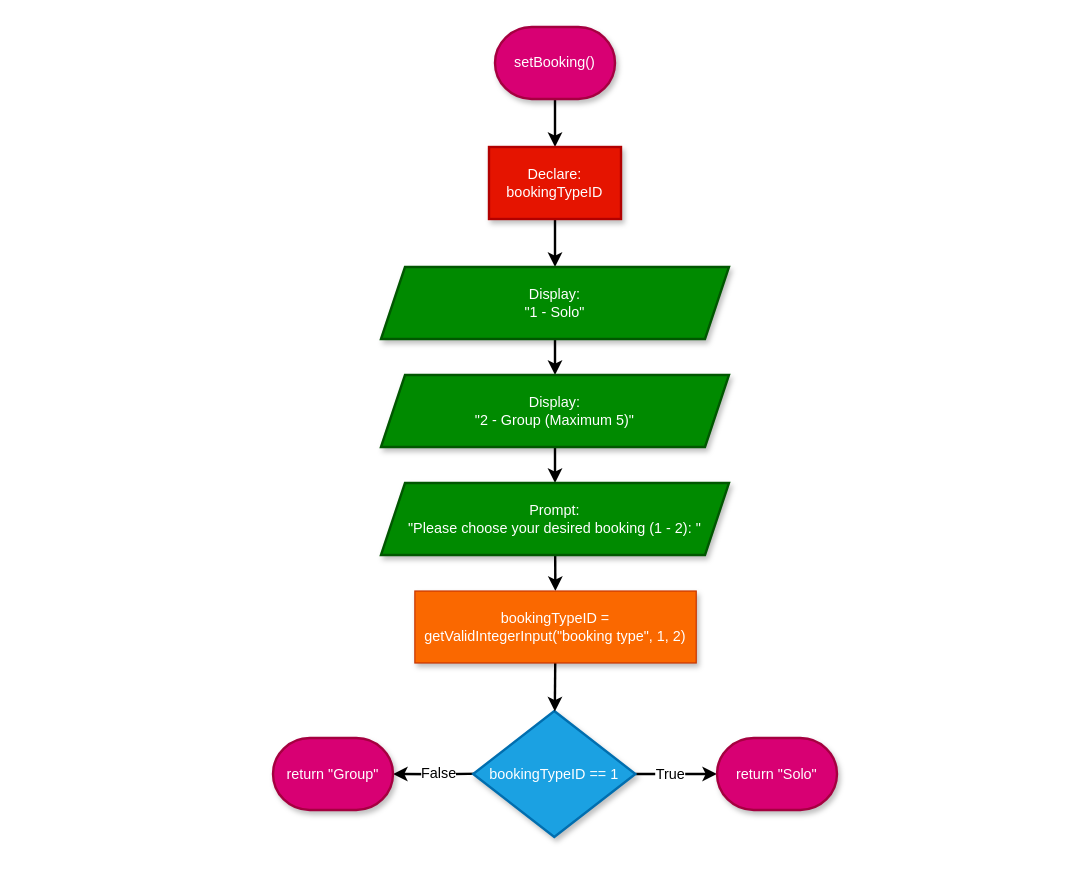
Earlier version of the draw.io diagram Flowcharts (draw.io)/09. getBookingType.drawio (shahxvi/csc126-group-project). Source tidied: cells renumbered, new cells numbered last; positions are measured from the earlier drawing's top-left corner, leaving out a move shared by most shapes. Both pictures are drawn from the tidied source at 120%, with x=0, y=0 at pixel (272, 26).
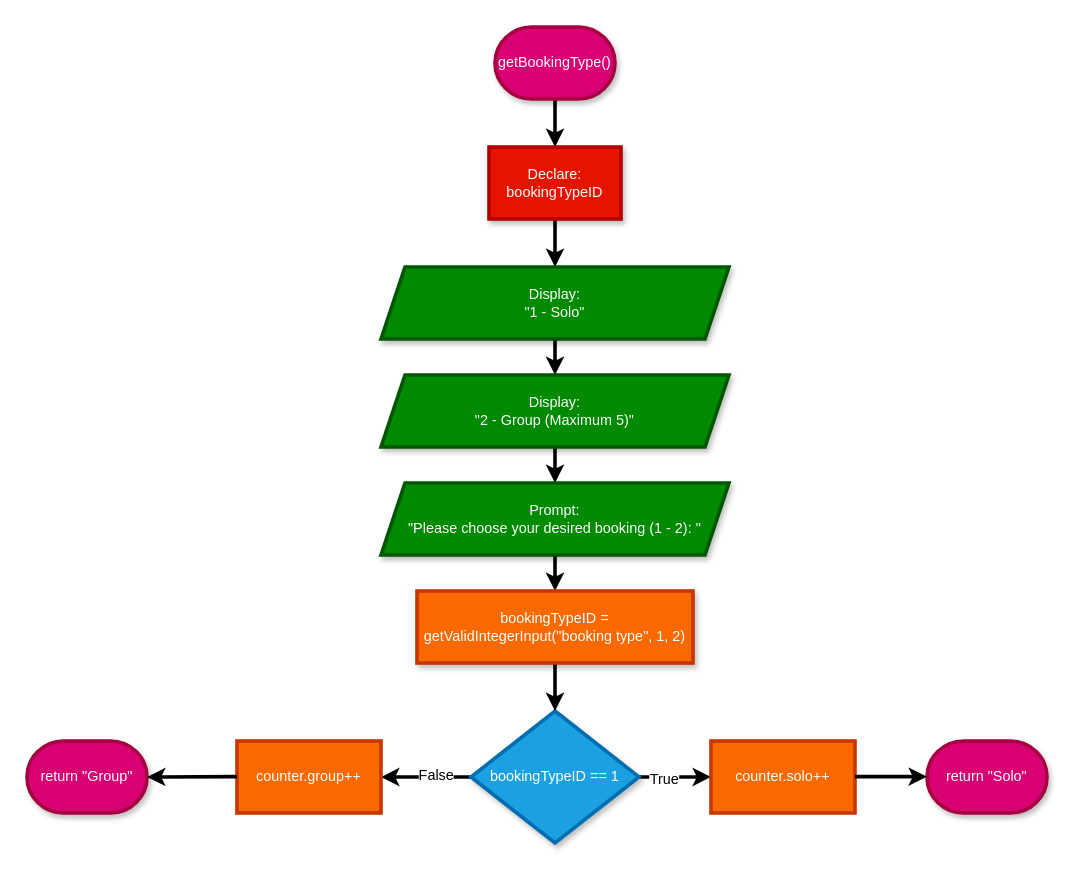
Above is the later version.

Change to the diagram source:
```diff
@@
-    <mxCell id="2" style="edgeStyle=orthogonalEdgeStyle;rounded=0;jettySize=auto;html=1;strokeWidth=2;" parent="1" edge="1" source="3" target="5">
+    <mxCell id="2" style="rounded=0;jettySize=auto;html=1;strokeWidth=3;" parent="1" edge="1" source="3" target="5">
       <mxGeometry relative="1" as="geometry" />
     </mxCell>
-    <mxCell id="3" value="setBooking()" style="strokeWidth=2;html=1;shape=mxgraph.flowchart.terminator;whiteSpace=wrap;fillColor=#d80073;fontColor=#ffffff;strokeColor=#A50040;shadow=1;" parent="1" vertex="1">
+    <mxCell id="3" value="getBookingType()" style="strokeWidth=3;html=1;shape=mxgraph.flowchart.terminator;whiteSpace=wrap;fillColor=#d80073;fontColor=#ffffff;strokeColor=#A50040;shadow=1;" parent="1" vertex="1">
       <mxGeometry x="185" width="100" height="60" as="geometry" />
     </mxCell>
-    <mxCell id="4" style="rounded=0;jettySize=auto;html=1;fontFamily=Helvetica;fontSize=12;fontColor=default;strokeWidth=2;" parent="1" edge="1" source="5" target="7">
+    <mxCell id="4" style="rounded=0;jettySize=auto;html=1;fontFamily=Helvetica;fontSize=12;fontColor=default;strokeWidth=3;" parent="1" edge="1" source="5" target="7">
       <mxGeometry relative="1" as="geometry" />
     </mxCell>
-    <mxCell id="5" value="Declare:&lt;br&gt;bookingTypeID" style="whiteSpace=wrap;html=1;fillColor=#e51400;strokeColor=#B20000;strokeWidth=2;fontColor=#ffffff;shadow=1;" parent="1" vertex="1">
+    <mxCell id="5" value="Declare:&lt;br&gt;bookingTypeID" style="whiteSpace=wrap;html=1;fillColor=#e51400;strokeColor=#B20000;strokeWidth=3;fontColor=#ffffff;shadow=1;" parent="1" vertex="1">
       <mxGeometry x="180" y="100" width="110" height="60" as="geometry" />
     </mxCell>
-    <mxCell id="6" style="edgeStyle=orthogonalEdgeStyle;rounded=0;jettySize=auto;html=1;fontFamily=Helvetica;fontSize=12;fontColor=default;strokeWidth=2;" parent="1" edge="1" source="7" target="9">
+    <mxCell id="6" style="rounded=0;jettySize=auto;html=1;fontFamily=Helvetica;fontSize=12;fontColor=default;strokeWidth=3;" parent="1" edge="1" source="7" target="9">
       <mxGeometry relative="1" as="geometry" />
     </mxCell>
-    <mxCell id="7" value="Display:&lt;br&gt;&quot;1 - Solo&quot;" style="shape=parallelogram;perimeter=parallelogramPerimeter;whiteSpace=wrap;html=1;fixedSize=1;fillColor=#008a00;strokeColor=#005700;strokeWidth=2;fontColor=#ffffff;shadow=1;" parent="1" vertex="1">
+    <mxCell id="7" value="Display:&lt;br&gt;&quot;1 - Solo&quot;" style="shape=parallelogram;perimeter=parallelogramPerimeter;whiteSpace=wrap;html=1;fixedSize=1;fillColor=#008a00;strokeColor=#005700;strokeWidth=3;fontColor=#ffffff;shadow=1;" parent="1" vertex="1">
       <mxGeometry x="90" y="200" width="290" height="60" as="geometry" />
     </mxCell>
-    <mxCell id="8" style="edgeStyle=orthogonalEdgeStyle;rounded=0;jettySize=auto;html=1;fontFamily=Helvetica;fontSize=12;fontColor=default;strokeWidth=2;" parent="1" edge="1" source="9" target="11">
+    <mxCell id="8" style="rounded=0;jettySize=auto;html=1;fontFamily=Helvetica;fontSize=12;fontColor=default;strokeWidth=3;" parent="1" edge="1" source="9" target="11">
       <mxGeometry relative="1" as="geometry" />
     </mxCell>
-    <mxCell id="9" value="Display:&lt;br&gt;&quot;2 - Group (Maximum 5)&quot;" style="shape=parallelogram;perimeter=parallelogramPerimeter;whiteSpace=wrap;html=1;fixedSize=1;fillColor=#008a00;strokeColor=#005700;strokeWidth=2;fontColor=#ffffff;shadow=1;" parent="1" vertex="1">
+    <mxCell id="9" value="Display:&lt;br&gt;&quot;2 - Group (Maximum 5)&quot;" style="shape=parallelogram;perimeter=parallelogramPerimeter;whiteSpace=wrap;html=1;fixedSize=1;fillColor=#008a00;strokeColor=#005700;strokeWidth=3;fontColor=#ffffff;shadow=1;" parent="1" vertex="1">
       <mxGeometry x="90" y="290" width="290" height="60" as="geometry" />
     </mxCell>
-    <mxCell id="10" style="edgeStyle=none;html=1;strokeWidth=2;" parent="1" edge="1" source="11" target="18">
+    <mxCell id="10" style="edgeStyle=none;html=1;strokeWidth=3;" parent="1" edge="1" source="11" target="18">
       <mxGeometry relative="1" as="geometry" />
     </mxCell>
-    <mxCell id="11" value="Prompt:&lt;br&gt;&quot;Please choose your desired booking (1 - 2): &quot;" style="shape=parallelogram;perimeter=parallelogramPerimeter;whiteSpace=wrap;html=1;fixedSize=1;fillColor=#008a00;strokeColor=#005700;strokeWidth=2;fontColor=#ffffff;shadow=1;" parent="1" vertex="1">
+    <mxCell id="11" value="Prompt:&lt;br&gt;&quot;Please choose your desired booking (1 - 2): &quot;" style="shape=parallelogram;perimeter=parallelogramPerimeter;whiteSpace=wrap;html=1;fixedSize=1;fillColor=#008a00;strokeColor=#005700;strokeWidth=3;fontColor=#ffffff;shadow=1;" parent="1" vertex="1">
       <mxGeometry x="90" y="380" width="290" height="60" as="geometry" />
     </mxCell>
-    <mxCell id="12" style="edgeStyle=orthogonalEdgeStyle;rounded=0;jettySize=auto;html=1;fontFamily=Helvetica;fontSize=12;fontColor=default;strokeWidth=2;" parent="1" edge="1" source="16">
+    <mxCell id="12" style="edgeStyle=orthogonalEdgeStyle;rounded=0;jettySize=auto;html=1;fontFamily=Helvetica;fontSize=12;fontColor=default;strokeWidth=3;entryX=0;entryY=0.5;entryDx=0;entryDy=0;entryPerimeter=0;" parent="1" edge="1" source="16">
       <mxGeometry relative="1" as="geometry">
-        <mxPoint x="370" y="622.5" as="targetPoint" />
+        <mxPoint x="365" y="625" as="targetPoint" />
       </mxGeometry>
     </mxCell>
     <mxCell id="13" value="True" style="edgeLabel;html=1;align=center;verticalAlign=middle;strokeColor=#C73500;strokeWidth=2;fontFamily=Helvetica;fontSize=12;fontColor=default;fillColor=#FA6800;" parent="12" vertex="1">
-      <mxGeometry x="-0.47" y="2" relative="1" as="geometry">
-        <mxPoint x="10" y="2" as="offset" />
+      <mxGeometry relative="1" as="geometry">
+        <mxPoint x="-10" y="1" as="offset" />
       </mxGeometry>
     </mxCell>
-    <mxCell id="14" style="edgeStyle=orthogonalEdgeStyle;rounded=0;orthogonalLoop=1;jettySize=auto;html=1;fontFamily=Helvetica;fontSize=12;fontColor=default;entryX=1;entryY=0.5;entryDx=0;entryDy=0;entryPerimeter=0;strokeWidth=2;" parent="1" edge="1">
-      <mxGeometry relative="1" as="geometry">
-        <mxPoint x="175.5" y="622.2" as="sourcePoint" />
-        <mxPoint x="100" y="622.5" as="targetPoint" />
-      </mxGeometry>
+    <mxCell id="14" style="rounded=0;jettySize=auto;html=1;fontFamily=Helvetica;fontSize=12;fontColor=default;strokeWidth=3;exitX=0;exitY=0.5;exitDx=0;exitDy=0;entryX=1;entryY=0.5;entryDx=0;entryDy=0;" parent="1" edge="1" source="16" target="22">
+      <mxGeometry relative="1" as="geometry" />
     </mxCell>
     <mxCell id="15" value="False" style="edgeLabel;html=1;align=center;verticalAlign=middle;strokeColor=#C73500;strokeWidth=2;fontFamily=Helvetica;fontSize=12;fontColor=default;fillColor=#FA6800;" parent="14" vertex="1">
-      <mxGeometry x="0.22" y="1" relative="1" as="geometry">
+      <mxGeometry relative="1" as="geometry">
         <mxPoint x="8" y="-2" as="offset" />
       </mxGeometry>
     </mxCell>
-    <mxCell id="16" value="bookingTypeID == 1" style="rhombus;whiteSpace=wrap;html=1;fillColor=#1ba1e2;strokeColor=#006EAF;fontColor=#ffffff;strokeWidth=2;shadow=1;" parent="1" vertex="1">
-      <mxGeometry x="166.8" y="570" width="135.2" height="105" as="geometry" />
+    <mxCell id="16" value="bookingTypeID == 1" style="rhombus;whiteSpace=wrap;html=1;fillColor=#1ba1e2;strokeColor=#006EAF;fontColor=#ffffff;strokeWidth=3;shadow=1;" parent="1" vertex="1">
+      <mxGeometry x="165" y="570" width="140" height="110" as="geometry" />
     </mxCell>
-    <mxCell id="17" style="edgeStyle=none;html=1;strokeWidth=2;" parent="1" edge="1" source="18" target="16">
+    <mxCell id="17" style="edgeStyle=none;html=1;strokeWidth=3;" parent="1" edge="1" source="18" target="16">
       <mxGeometry relative="1" as="geometry" />
     </mxCell>
-    <mxCell id="18" value="bookingTypeID = getValidIntegerInput(&quot;booking type&quot;, 1, 2)" style="whiteSpace=wrap;html=1;fillColor=#fa6800;fontColor=#FFFFFF;strokeColor=#C73500;shadow=1;" parent="1" vertex="1">
-      <mxGeometry x="118.2" y="470" width="234.5" height="60" as="geometry" />
+    <mxCell id="18" value="bookingTypeID = getValidIntegerInput(&quot;booking type&quot;, 1, 2)" style="whiteSpace=wrap;html=1;fillColor=#fa6800;fontColor=#FFFFFF;strokeColor=#C73500;shadow=1;strokeWidth=3;" parent="1" vertex="1">
+      <mxGeometry x="120" y="470" width="230" height="60" as="geometry" />
     </mxCell>
+    <mxCell id="21" value="counter.solo++" style="whiteSpace=wrap;html=1;fillColor=#fa6800;fontColor=#FFFFFF;strokeColor=#C73500;strokeWidth=3;" parent="1" vertex="1">
+      <mxGeometry x="365" y="595" width="120" height="60" as="geometry" />
+    </mxCell>
+    <mxCell id="22" value="counter.group++" style="whiteSpace=wrap;html=1;fillColor=#fa6800;fontColor=#FFFFFF;strokeColor=#C73500;strokeWidth=3;" parent="1" vertex="1">
+      <mxGeometry x="-30" y="595" width="120" height="60" as="geometry" />
+    </mxCell>
-    <mxCell id="19" value="return &quot;Solo&quot;" style="strokeWidth=2;html=1;shape=mxgraph.flowchart.terminator;whiteSpace=wrap;fillColor=#d80073;fontColor=#ffffff;strokeColor=#A50040;shadow=1;" parent="1" vertex="1">
-      <mxGeometry x="370" y="592.5" width="100" height="60" as="geometry" />
+    <mxCell id="19" value="return &quot;Solo&quot;" style="strokeWidth=3;html=1;shape=mxgraph.flowchart.terminator;whiteSpace=wrap;fillColor=#d80073;fontColor=#ffffff;strokeColor=#A50040;shadow=1;" parent="1" vertex="1">
+      <mxGeometry x="545" y="595" width="100" height="60" as="geometry" />
     </mxCell>
-    <mxCell id="20" value="return &quot;Group&quot;" style="strokeWidth=2;html=1;shape=mxgraph.flowchart.terminator;whiteSpace=wrap;fillColor=#d80073;fontColor=#ffffff;strokeColor=#A50040;shadow=1;" parent="1" vertex="1">
-      <mxGeometry y="592.5" width="100" height="60" as="geometry" />
+    <mxCell id="20" value="return &quot;Group&quot;" style="strokeWidth=3;html=1;shape=mxgraph.flowchart.terminator;whiteSpace=wrap;fillColor=#d80073;fontColor=#ffffff;strokeColor=#A50040;shadow=1;" parent="1" vertex="1">
+      <mxGeometry x="-205" y="595" width="100" height="60" as="geometry" />
     </mxCell>
+    <mxCell id="23" style="edgeStyle=orthogonalEdgeStyle;rounded=0;orthogonalLoop=1;jettySize=auto;html=1;fontFamily=Helvetica;fontSize=12;fontColor=default;strokeWidth=3;entryX=0;entryY=0.5;entryDx=0;entryDy=0;entryPerimeter=0;" parent="1" edge="1">
+      <mxGeometry relative="1" as="geometry">
+        <mxPoint x="485" y="624.7" as="sourcePoint" />
+        <mxPoint x="545" y="624.7" as="targetPoint" />
+      </mxGeometry>
+    </mxCell>
+    <mxCell id="24" style="rounded=0;jettySize=auto;html=1;fontFamily=Helvetica;fontSize=12;fontColor=default;strokeWidth=3;exitX=0;exitY=0.5;exitDx=0;exitDy=0;entryX=1;entryY=0.5;entryDx=0;entryDy=0;entryPerimeter=0;" parent="1" edge="1" target="20">
+      <mxGeometry relative="1" as="geometry">
+        <mxPoint x="-30" y="624.7" as="sourcePoint" />
+      </mxGeometry>
+    </mxCell>
```
